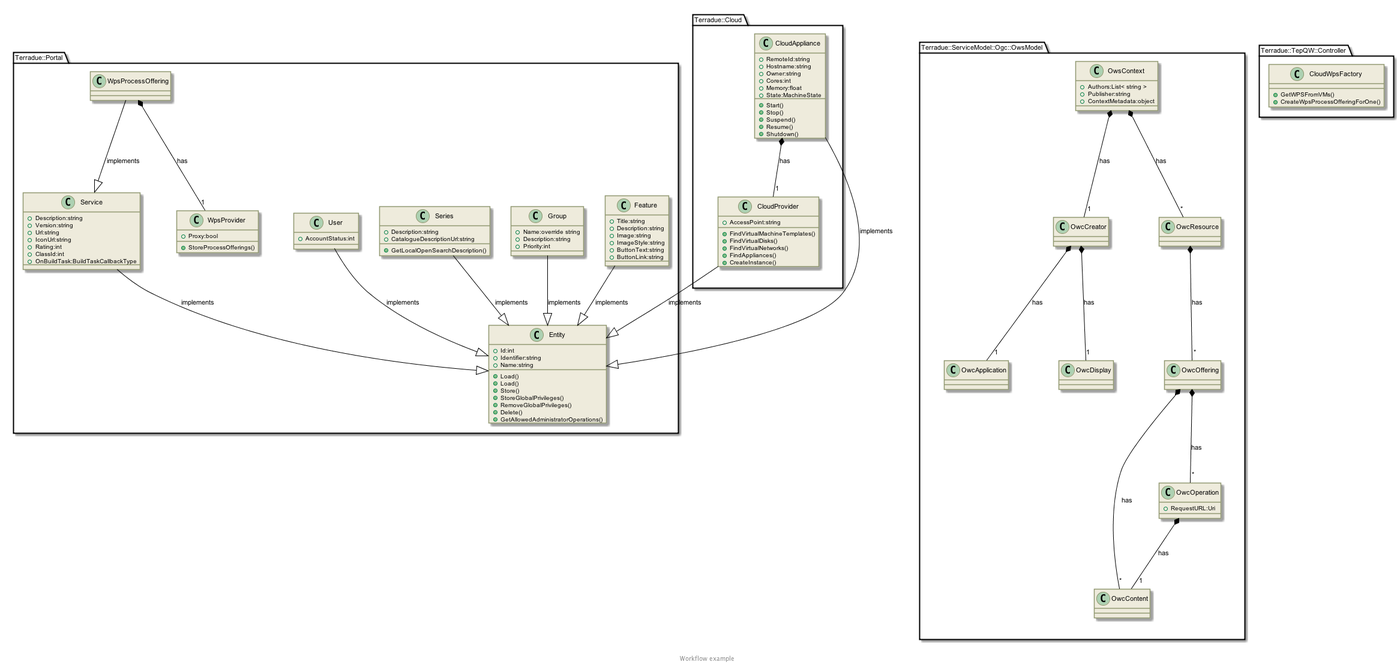
Before: _images/plantuml-8ecba63a949b54d4f1150f5f6d04a42c128a6d15.png, a diagram exported from PlantUML (Terradue/doc-tep-geohazards-arch). Source of this version:
```plantuml
@startuml


skinparam backgroundColor #FFFFFF


skinparam sequence {

        ActorBorderColor #000000

        ArrowColor #919871
        ArrowFontSize 8
        ArrowFontStyle plain
        ArrowFontName Arial

        LifeLineBorderColor #919871
        LifeLineBackgroundColor #EEEBDC

        ParticipantBorderColor #919871
        ParticipantBackgroundColor #EEEBDC
        ParticipantFontName Arial
        ParticipantFontSize 10
        ParticipantFontColor #000000

        ActorBackgroundColor #EEEBDC
        ActorFontColor #000000
        ActorFontSize 10
        ActorFontName Arial

}

skinparam class {

	ArrowFontColor #000000
	ArrowFontSize 10
	ArrowFontStyle plain
	ArrowFontName Arial

	AttributeFontColor #000000
	AttributeFontSize 10
	AttributeIconSize 11
	AttributeFontStyle plain
	AttributeFontName Arial

	FontColor #000000
	FontSize 11
	FontStyle plain
	FontName Arial

	StereotypeFontColor #000000
	StereotypeFontSize 10
	StereotypeFontStyle plain
	StereotypeFontName Arial

	BackgroundColor #EEEBDC
 	ArrowColor #919871
 	BorderColor #919871

 }

skinparam component {

	FontSize 11
 	BackgroundColor #EEEBDC
 	InterfaceBackgroundColor white
	InterfaceBorderColor black
 	BorderColor #919871
	ArrowColor black
 	ArrowFontColor #777777
 	FontName Arial
 	ArrowFontName Arial



}

skinparam package {
	FontColor black
	FontSize 11
	FontStyle plain
	FontName Arial
}

skinparam state {
	BackgroundColor #EEEBDC
	BorderColor #919871
	ArrowColor  black


	FontColor black
	FontSize 11
	FontStyle plain
	FontName Arial

	ArrowFontColor black
	ArrowFontSize 11
	ArrowFontStyle plain
	ArrowFontName Arial
	AttributeFontColor black
	AttributeFontSize 11
	AttributeFontStyle plain
	AttributeFontName Arial

}

skinparam activity {

	ArrowColor black
	BackgroundColor #EEEBDC
	BorderColor #919871
	StartColor black
	EndColor black
	BarColor #919871

	FontColor black
	FontSize 11
	FontStyle plain
	FontName Arial

	ArrowFontColor black
	ArrowFontSize 11
	ArrowFontStyle plain
	ArrowFontName Arial

}

skinparam usecase {

	BackgroundColor #EEEBDC
 	InterfaceBackgroundColor white
	InterfaceBorderColor black
 	BorderColor #919871
	ArrowColor black
	ActorBorderColor #919871
	ActorFontName Courier

}

 skinparam backgroundColor #FFFFFF
 skinparam componentStyle uml2

set namespaceSeparator ::
class Terradue::Portal::Entity {
[[../information/classes/class_terradue_1_1_portal_1_1_entity.html]]
 +Id:int
 +Identifier:string
 +Name:string
 +Load()
 +Load()
 +Store()
 +StoreGlobalPrivileges()
 +RemoveGlobalPrivileges()
 +Delete()
 +GetAllowedAdministratorOperations()
}
set namespaceSeparator ::
class Terradue::Portal::Feature {
[[../information/classes/class_terradue_1_1_portal_1_1_feature.html]]
 +Title:string
 +Description:string
 +Image:string
 +ImageStyle:string
 +ButtonText:string
 +ButtonLink:string
}
set namespaceSeparator ::
class Terradue::Portal::Group {
[[../information/classes/class_terradue_1_1_portal_1_1_group.html]]
 +Name:override string
 +Description:string
 +Priority:int
}
set namespaceSeparator ::
class Terradue::Portal::Series {
[[../information/classes/class_terradue_1_1_portal_1_1_series.html]]
 +Description:string
 +CatalogueDescriptionUrl:string
 +GetLocalOpenSearchDescription()
}
set namespaceSeparator ::
class Terradue::Portal::Service {
[[../information/classes/class_terradue_1_1_portal_1_1_service.html]]
 +Description:string
 +Version:string
 +Url:string
 +IconUrl:string
 +Rating:int
 +ClassId:int
 +OnBuildTask:BuildTaskCallbackType
}
set namespaceSeparator ::
class Terradue::Portal::User {
[[../information/classes/class_terradue_1_1_portal_1_1_user.html]]
 +AccountStatus:int
}
set namespaceSeparator ::
class Terradue::Portal::WpsProcessOffering {
[[../information/classes/class_terradue_1_1_portal_1_1_wps_process_offering.html]]
}
set namespaceSeparator ::
class Terradue::Portal::WpsProvider {
[[../information/classes/class_terradue_1_1_portal_1_1_wps_provider.html]]
 +Proxy:bool
 +StoreProcessOfferings()
}

set namespaceSeparator ::
class Terradue::ServiceModel::Ogc::OwsModel::OwcApplication {
[[../information/classes/class_terradue_1_1_service_model_1_1_ogc_1_1_ows_model_1_1_owc_application.html]]
}
set namespaceSeparator ::
class Terradue::ServiceModel::Ogc::OwsModel::OwcContent {
[[../information/classes/class_terradue_1_1_service_model_1_1_ogc_1_1_ows_model_1_1_owc_content.html]]
}
set namespaceSeparator ::
class Terradue::ServiceModel::Ogc::OwsModel::OwcCreator {
[[../information/classes/class_terradue_1_1_service_model_1_1_ogc_1_1_ows_model_1_1_owc_creator.html]]
}
set namespaceSeparator ::
class Terradue::ServiceModel::Ogc::OwsModel::OwcDisplay {
[[../information/classes/class_terradue_1_1_service_model_1_1_ogc_1_1_ows_model_1_1_owc_display.html]]
}
set namespaceSeparator ::
class Terradue::ServiceModel::Ogc::OwsModel::OwcOffering {
[[../information/classes/class_terradue_1_1_service_model_1_1_ogc_1_1_ows_model_1_1_owc_offering.html]]
}
set namespaceSeparator ::
class Terradue::ServiceModel::Ogc::OwsModel::OwcOperation {
[[../information/classes/class_terradue_1_1_service_model_1_1_ogc_1_1_ows_model_1_1_owc_operation.html]]
 +RequestURL:Uri
}
set namespaceSeparator ::
class Terradue::ServiceModel::Ogc::OwsModel::OwcResource {
[[../information/classes/class_terradue_1_1_service_model_1_1_ogc_1_1_ows_model_1_1_owc_resource.html]]
}
set namespaceSeparator ::
class Terradue::ServiceModel::Ogc::OwsModel::OwsContext {
[[../information/classes/class_terradue_1_1_service_model_1_1_ogc_1_1_ows_model_1_1_ows_context.html]]
 +Authors:List< string >
 +Publisher:string
 +ContextMetadata:object
}

set namespaceSeparator ::
class Terradue::Cloud::CloudAppliance {
[[../information/classes/class_terradue_1_1_cloud_1_1_cloud_appliance.html]]
 +RemoteId:string
 +Hostname:string
 +Owner:string
 +Cores:int
 +Memory:float
 +State:MachineState
 +Start()
 +Stop()
 +Suspend()
 +Resume()
 +Shutdown()
}
set namespaceSeparator ::
class Terradue::Cloud::CloudProvider {
[[../information/classes/class_terradue_1_1_cloud_1_1_cloud_provider.html]]
 +AccessPoint:string
 +FindVirtualMachineTemplates()
 +FindVirtualDisks()
 +FindVirtualNetworks()
 +FindAppliances()
 +CreateInstance()
}

set namespaceSeparator ::
class Terradue::TepQW::Controller::CloudWpsFactory {
[[../information/classes/class_terradue_1_1_tep_q_w_1_1_controller_1_1_cloud_wps_factory.html]]
 +GetWPSFromVMs()
 +CreateWpsProcessOfferingForOne()
}

Terradue::Cloud::CloudAppliance  *-- "1" Terradue::Cloud::CloudProvider : has
Terradue::Cloud::CloudAppliance  --|>  Terradue::Portal::Entity : implements
Terradue::Cloud::CloudProvider  --|>  Terradue::Portal::Entity : implements
Terradue::Portal::Feature  --|>  Terradue::Portal::Entity : implements
Terradue::Portal::Group  --|>  Terradue::Portal::Entity : implements
Terradue::Portal::Series  --|>  Terradue::Portal::Entity : implements
Terradue::Portal::Service  --|>  Terradue::Portal::Entity : implements
Terradue::Portal::User  --|>  Terradue::Portal::Entity : implements
Terradue::Portal::WpsProcessOffering  *-- "1" Terradue::Portal::WpsProvider : has
Terradue::Portal::WpsProcessOffering  --|>  Terradue::Portal::Service : implements
Terradue::ServiceModel::Ogc::OwsModel::OwcCreator  *-- "1" Terradue::ServiceModel::Ogc::OwsModel::OwcApplication : has
Terradue::ServiceModel::Ogc::OwsModel::OwcCreator  *-- "1" Terradue::ServiceModel::Ogc::OwsModel::OwcDisplay : has
Terradue::ServiceModel::Ogc::OwsModel::OwcOffering  *-- "*" Terradue::ServiceModel::Ogc::OwsModel::OwcOperation : has
Terradue::ServiceModel::Ogc::OwsModel::OwcOffering  *-- "*" Terradue::ServiceModel::Ogc::OwsModel::OwcContent : has
Terradue::ServiceModel::Ogc::OwsModel::OwcOperation  *-- "1" Terradue::ServiceModel::Ogc::OwsModel::OwcContent : has
Terradue::ServiceModel::Ogc::OwsModel::OwcResource  *-- "*" Terradue::ServiceModel::Ogc::OwsModel::OwcOffering : has
Terradue::ServiceModel::Ogc::OwsModel::OwsContext  *-- "1" Terradue::ServiceModel::Ogc::OwsModel::OwcCreator : has
Terradue::ServiceModel::Ogc::OwsModel::OwsContext  *-- "*" Terradue::ServiceModel::Ogc::OwsModel::OwcResource : has

footer
  Workflow example
  endfooter

@enduml
```
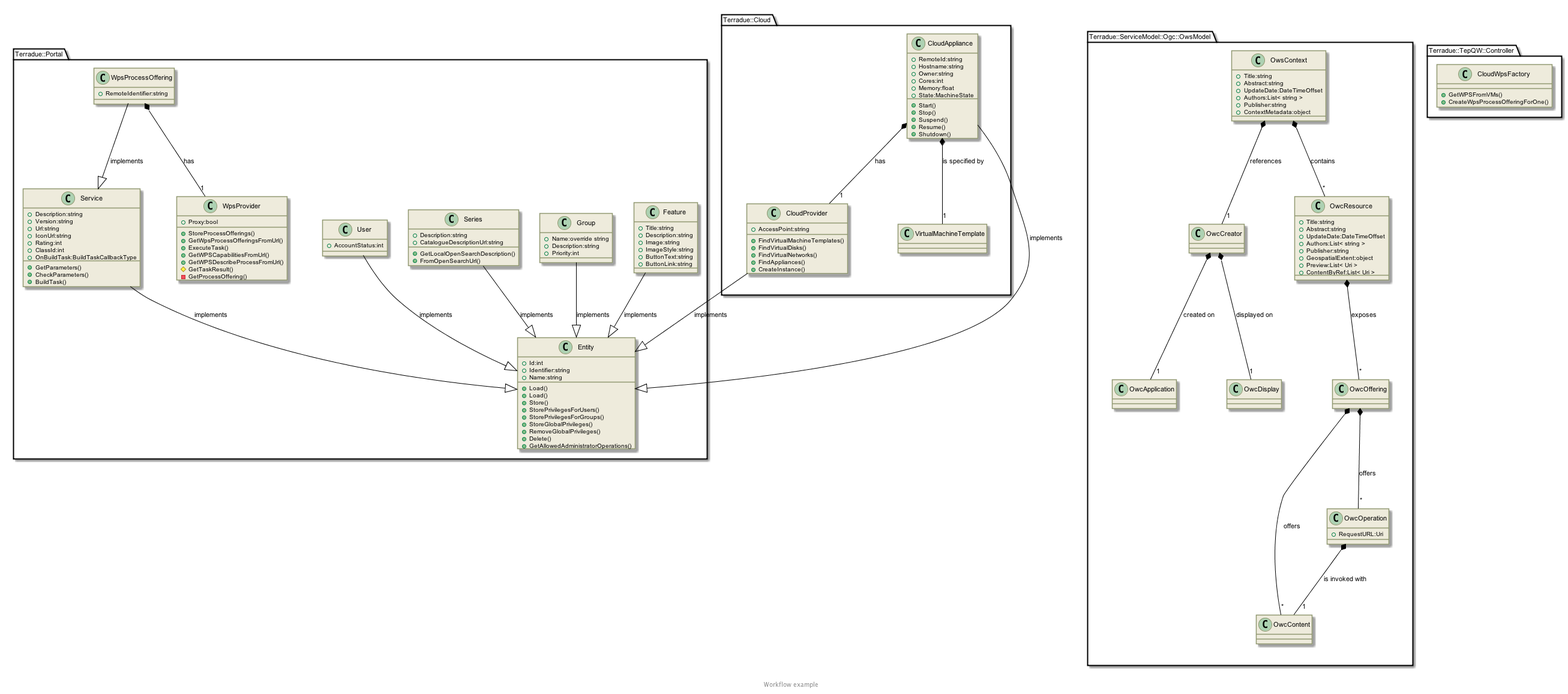
After the change.

Change to the diagram source:
```diff
@@ -148,6 +148,8 @@
  +Load()
  +Load()
  +Store()
+ +StorePrivilegesForUsers()
+ +StorePrivilegesForGroups()
  +StoreGlobalPrivileges()
  +RemoveGlobalPrivileges()
  +Delete()
@@ -176,6 +178,7 @@
  +Description:string
  +CatalogueDescriptionUrl:string
  +GetLocalOpenSearchDescription()
+ +FromOpenSearchUrl()
 }
 set namespaceSeparator ::
 class Terradue::Portal::Service {
@@ -187,6 +190,9 @@
  +Rating:int
  +ClassId:int
  +OnBuildTask:BuildTaskCallbackType
+ +GetParameters()
+ +CheckParameters()
+ +BuildTask()
 }
 set namespaceSeparator ::
 class Terradue::Portal::User {
@@ -196,12 +202,19 @@
 set namespaceSeparator ::
 class Terradue::Portal::WpsProcessOffering {
 [[../information/classes/class_terradue_1_1_portal_1_1_wps_process_offering.html]]
+ +RemoteIdentifier:string
 }
 set namespaceSeparator ::
 class Terradue::Portal::WpsProvider {
 [[../information/classes/class_terradue_1_1_portal_1_1_wps_provider.html]]
  +Proxy:bool
  +StoreProcessOfferings()
+ +GetWpsProcessOfferingsFromUrl()
+ +ExecuteTask()
+ +GetWPSCapabilitiesFromUrl()
+ +GetWPSDescribeProcessFromUrl()
+ #GetTaskResult()
+ -GetProcessOffering()
 }
 
 set namespaceSeparator ::
@@ -232,10 +245,21 @@
 set namespaceSeparator ::
 class Terradue::ServiceModel::Ogc::OwsModel::OwcResource {
 [[../information/classes/class_terradue_1_1_service_model_1_1_ogc_1_1_ows_model_1_1_owc_resource.html]]
+ +Title:string
+ +Abstract:string
+ +UpdateDate:DateTimeOffset
+ +Authors:List< string >
+ +Publisher:string
+ +GeospatialExtent:object
+ +Preview:List< Uri >
+ +ContentByRef:List< Uri >
 }
 set namespaceSeparator ::
 class Terradue::ServiceModel::Ogc::OwsModel::OwsContext {
 [[../information/classes/class_terradue_1_1_service_model_1_1_ogc_1_1_ows_model_1_1_ows_context.html]]
+ +Title:string
+ +Abstract:string
+ +UpdateDate:DateTimeOffset
  +Authors:List< string >
  +Publisher:string
  +ContextMetadata:object
@@ -275,6 +299,7 @@
 }
 
 Terradue::Cloud::CloudAppliance  *-- "1" Terradue::Cloud::CloudProvider : has
+Terradue::Cloud::CloudAppliance  *-- "1" Terradue::Cloud::VirtualMachineTemplate : is specified by
 Terradue::Cloud::CloudAppliance  --|>  Terradue::Portal::Entity : implements
 Terradue::Cloud::CloudProvider  --|>  Terradue::Portal::Entity : implements
 Terradue::Portal::Feature  --|>  Terradue::Portal::Entity : implements
@@ -284,14 +309,14 @@
 Terradue::Portal::User  --|>  Terradue::Portal::Entity : implements
 Terradue::Portal::WpsProcessOffering  *-- "1" Terradue::Portal::WpsProvider : has
 Terradue::Portal::WpsProcessOffering  --|>  Terradue::Portal::Service : implements
-Terradue::ServiceModel::Ogc::OwsModel::OwcCreator  *-- "1" Terradue::ServiceModel::Ogc::OwsModel::OwcApplication : has
-Terradue::ServiceModel::Ogc::OwsModel::OwcCreator  *-- "1" Terradue::ServiceModel::Ogc::OwsModel::OwcDisplay : has
-Terradue::ServiceModel::Ogc::OwsModel::OwcOffering  *-- "*" Terradue::ServiceModel::Ogc::OwsModel::OwcOperation : has
-Terradue::ServiceModel::Ogc::OwsModel::OwcOffering  *-- "*" Terradue::ServiceModel::Ogc::OwsModel::OwcContent : has
-Terradue::ServiceModel::Ogc::OwsModel::OwcOperation  *-- "1" Terradue::ServiceModel::Ogc::OwsModel::OwcContent : has
-Terradue::ServiceModel::Ogc::OwsModel::OwcResource  *-- "*" Terradue::ServiceModel::Ogc::OwsModel::OwcOffering : has
-Terradue::ServiceModel::Ogc::OwsModel::OwsContext  *-- "1" Terradue::ServiceModel::Ogc::OwsModel::OwcCreator : has
-Terradue::ServiceModel::Ogc::OwsModel::OwsContext  *-- "*" Terradue::ServiceModel::Ogc::OwsModel::OwcResource : has
+Terradue::ServiceModel::Ogc::OwsModel::OwcCreator  *-- "1" Terradue::ServiceModel::Ogc::OwsModel::OwcApplication : created on
+Terradue::ServiceModel::Ogc::OwsModel::OwcCreator  *-- "1" Terradue::ServiceModel::Ogc::OwsModel::OwcDisplay : displayed on
+Terradue::ServiceModel::Ogc::OwsModel::OwcOffering  *-- "*" Terradue::ServiceModel::Ogc::OwsModel::OwcOperation : offers
+Terradue::ServiceModel::Ogc::OwsModel::OwcOffering  *-- "*" Terradue::ServiceModel::Ogc::OwsModel::OwcContent : offers
+Terradue::ServiceModel::Ogc::OwsModel::OwcOperation  *-- "1" Terradue::ServiceModel::Ogc::OwsModel::OwcContent : is invoked with
+Terradue::ServiceModel::Ogc::OwsModel::OwcResource  *-- "*" Terradue::ServiceModel::Ogc::OwsModel::OwcOffering : exposes
+Terradue::ServiceModel::Ogc::OwsModel::OwsContext  *-- "1" Terradue::ServiceModel::Ogc::OwsModel::OwcCreator : references
+Terradue::ServiceModel::Ogc::OwsModel::OwsContext  *-- "*" Terradue::ServiceModel::Ogc::OwsModel::OwcResource : contains
 
 footer
   Workflow example
```
